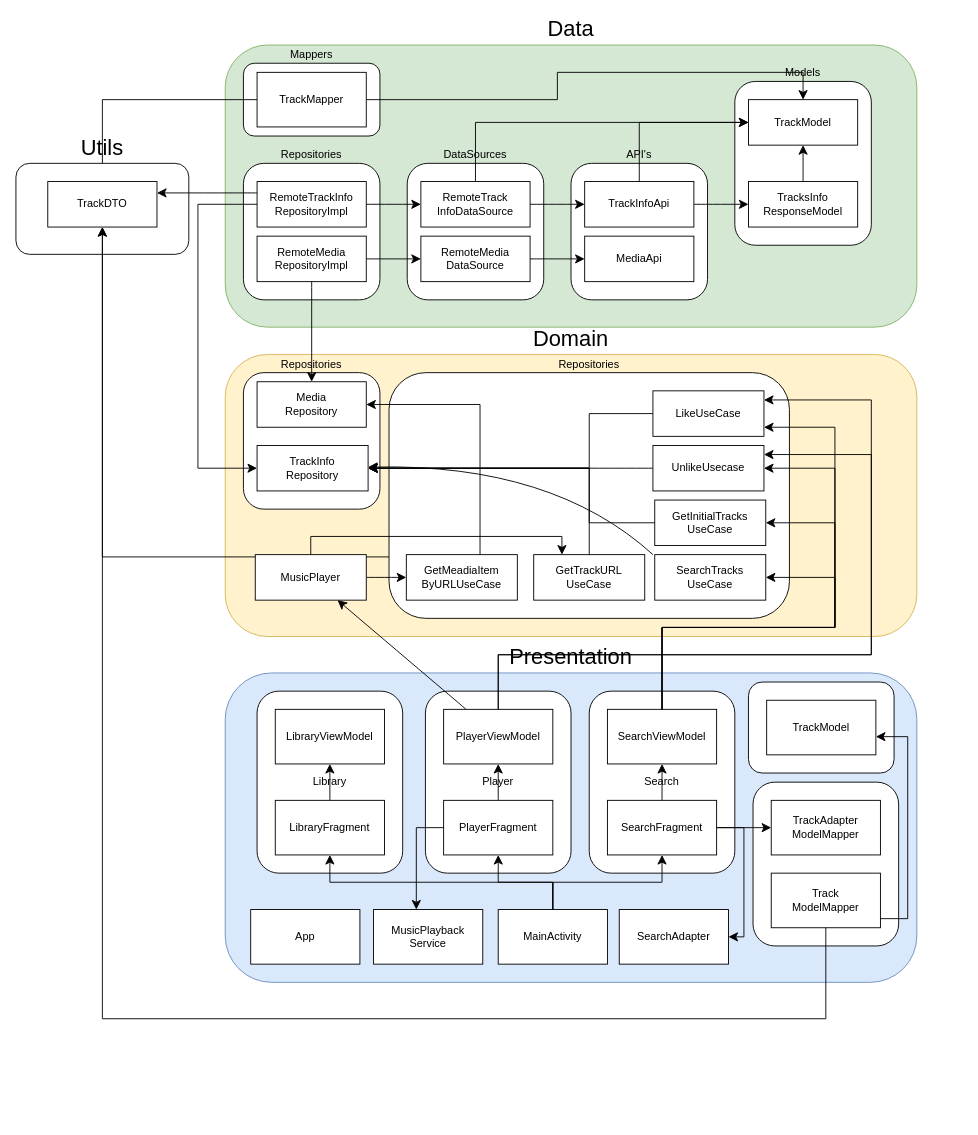
Livmasss/Noizer-backend keeps this draw.io diagram as diagrams/.drawio. Above is the earlier version. Source tidied: cells renumbered, new cells numbered last; positions are measured from the earlier drawing's top-left corner, leaving out a move shared by most shapes. Both pictures are drawn from the tidied source at 91%, with x=0, y=0 at pixel (15, 45).
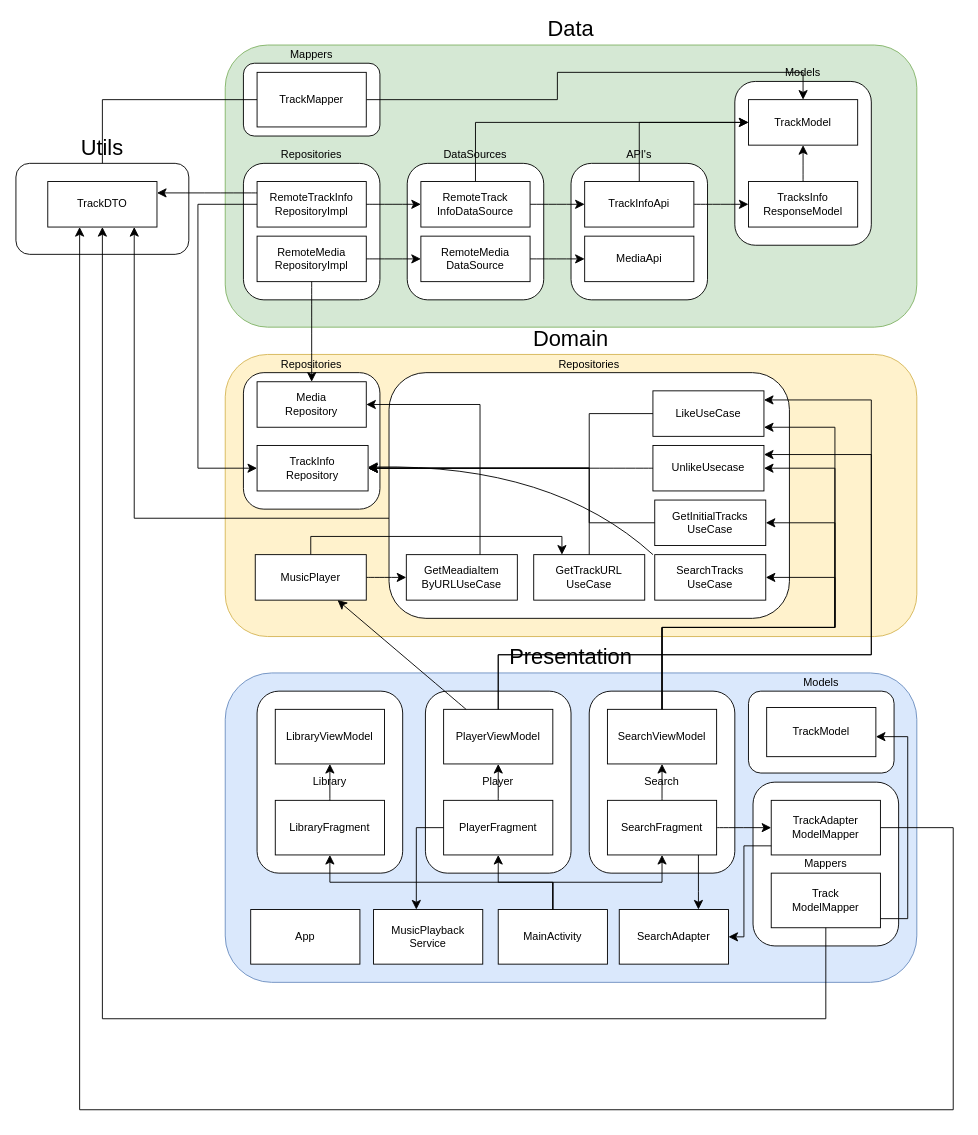
After the change.

Unchanged cells that the change refers to:
```xml
<mxCell id="33" value="TrackDTO" style="rounded=0;whiteSpace=wrap;html=1;" parent="31" vertex="1">
  <mxGeometry x="35" y="20" width="120" height="50" as="geometry" />
</mxCell>
<mxCell id="44" value="Repositories" style="rounded=1;whiteSpace=wrap;html=1;labelPosition=center;verticalLabelPosition=top;align=center;verticalAlign=bottom;" parent="43" vertex="1">
  <mxGeometry width="440" height="270" as="geometry" />
</mxCell>
<mxCell id="73" value="SearchFragment" style="rounded=0;whiteSpace=wrap;html=1;" parent="69" vertex="1">
  <mxGeometry x="20" y="120" width="120" height="60" as="geometry" />
</mxCell>
<mxCell id="80" value="SearchAdapter" style="rounded=0;whiteSpace=wrap;html=1;" parent="1" vertex="1">
  <mxGeometry x="663" y="950" width="120" height="60" as="geometry" />
</mxCell>
<mxCell id="84" style="group;" parent="1" vertex="1">
  <mxGeometry x="810" y="810" width="160" height="180" as="geometry" />
</mxCell>
<mxCell id="87" value="&lt;div&gt;TrackAdapter&lt;/div&gt;&lt;div&gt;ModelMapper&lt;/div&gt;" style="rounded=0;whiteSpace=wrap;html=1;" parent="84" vertex="1">
  <mxGeometry x="20" y="20" width="120" height="60" as="geometry" />
</mxCell>
```

What changed in the source:
```diff
@@
-    <mxCell id="42" style="edgeStyle=orthogonalEdgeStyle;rounded=0;jettySize=auto;html=1;exitX=0;exitY=0.75;exitDx=0;exitDy=0;fontSize=12;startSize=8;endSize=8;" parent="1" edge="1" source="44" target="33">
-      <mxGeometry relative="1" as="geometry" />
+    <mxCell id="42" style="edgeStyle=orthogonalEdgeStyle;rounded=0;jettySize=auto;html=1;fontSize=12;startSize=8;endSize=8;" parent="1" edge="1" source="44" target="33">
+      <mxGeometry relative="1" as="geometry">
+        <Array as="points">
+          <mxPoint x="130" y="520" />
+        </Array>
+      </mxGeometry>
     </mxCell>
@@
     <mxCell id="81" style="group;" parent="1" vertex="1">
-      <mxGeometry x="805" y="700" width="160" height="100" as="geometry" />
+      <mxGeometry x="805" y="710" width="160" height="90" as="geometry" />
     </mxCell>
-    <mxCell id="82" style="rounded=1;whiteSpace=wrap;html=1;" parent="81" vertex="1">
-      <mxGeometry width="160" height="100" as="geometry" />
+    <mxCell id="82" value="Models" style="rounded=1;whiteSpace=wrap;html=1;labelPosition=center;verticalLabelPosition=top;align=center;verticalAlign=bottom;" parent="81" vertex="1">
+      <mxGeometry width="160" height="90" as="geometry" />
     </mxCell>
     <mxCell id="83" value="&lt;div&gt;TrackModel&lt;/div&gt;" style="rounded=0;whiteSpace=wrap;html=1;" parent="81" vertex="1">
-      <mxGeometry x="20" y="20" width="120" height="60" as="geometry" />
+      <mxGeometry x="20" y="18" width="120" height="54" as="geometry" />
     </mxCell>
@@
-    <mxCell id="85" style="rounded=1;whiteSpace=wrap;html=1;" parent="84" vertex="1">
+    <mxCell id="85" value="Mappers" style="rounded=1;whiteSpace=wrap;html=1;verticalAlign=middle;labelPosition=center;verticalLabelPosition=middle;align=center;horizontal=1;" parent="84" vertex="1">
       <mxGeometry width="160" height="180" as="geometry" />
     </mxCell>
@@
     <mxCell id="89" style="edgeStyle=orthogonalEdgeStyle;rounded=0;jettySize=auto;html=1;fontSize=12;startSize=8;endSize=8;" parent="1" edge="1" source="73" target="80">
       <mxGeometry relative="1" as="geometry">
         <Array as="points">
-          <mxPoint x="800" y="860" />
-          <mxPoint x="800" y="980" />
+          <mxPoint x="750" y="930" />
+          <mxPoint x="750" y="930" />
         </Array>
       </mxGeometry>
     </mxCell>
@@
+    <mxCell id="104" style="edgeStyle=orthogonalEdgeStyle;rounded=0;jettySize=auto;html=1;fontSize=12;startSize=8;endSize=8;" parent="1" edge="1" source="87" target="80">
+      <mxGeometry relative="1" as="geometry">
+        <Array as="points">
+          <mxPoint x="800" y="880" />
+          <mxPoint x="800" y="980" />
+        </Array>
+      </mxGeometry>
+    </mxCell>
+    <mxCell id="105" style="edgeStyle=orthogonalEdgeStyle;rounded=0;jettySize=auto;html=1;fontSize=12;startSize=8;endSize=8;" parent="1" edge="1" source="87" target="33">
+      <mxGeometry relative="1" as="geometry">
+        <Array as="points">
+          <mxPoint x="1030" y="860" />
+          <mxPoint x="1030" y="1170" />
+          <mxPoint x="70" y="1170" />
+        </Array>
+      </mxGeometry>
+    </mxCell>
```
